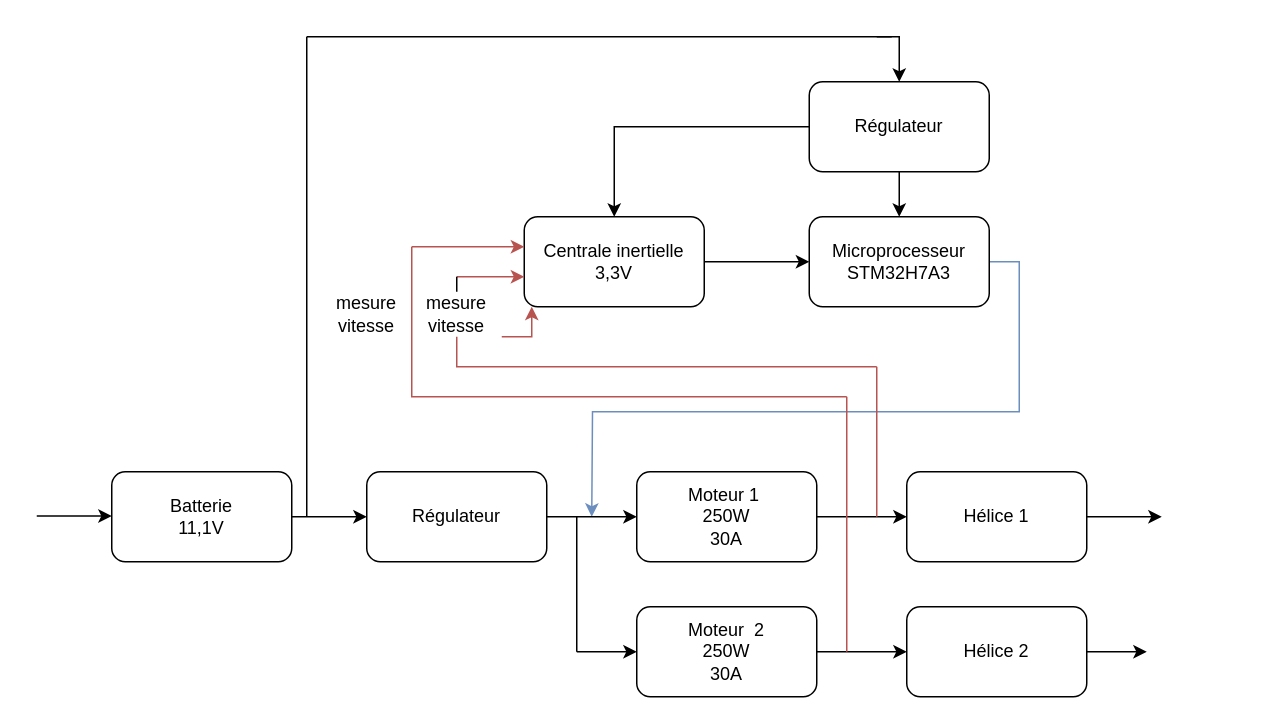
Above: Hardware/Diagramme_Energie.drawio in 0reoAurelien/projet-hovercraft (draw.io), before the change. Source tidied: cells renumbered, new cells numbered last; positions are measured from the earlier drawing's top-left corner, leaving out a move shared by most shapes. Both pictures are drawn from the tidied source at 150%, with x=0, y=0 at pixel (36, 36).
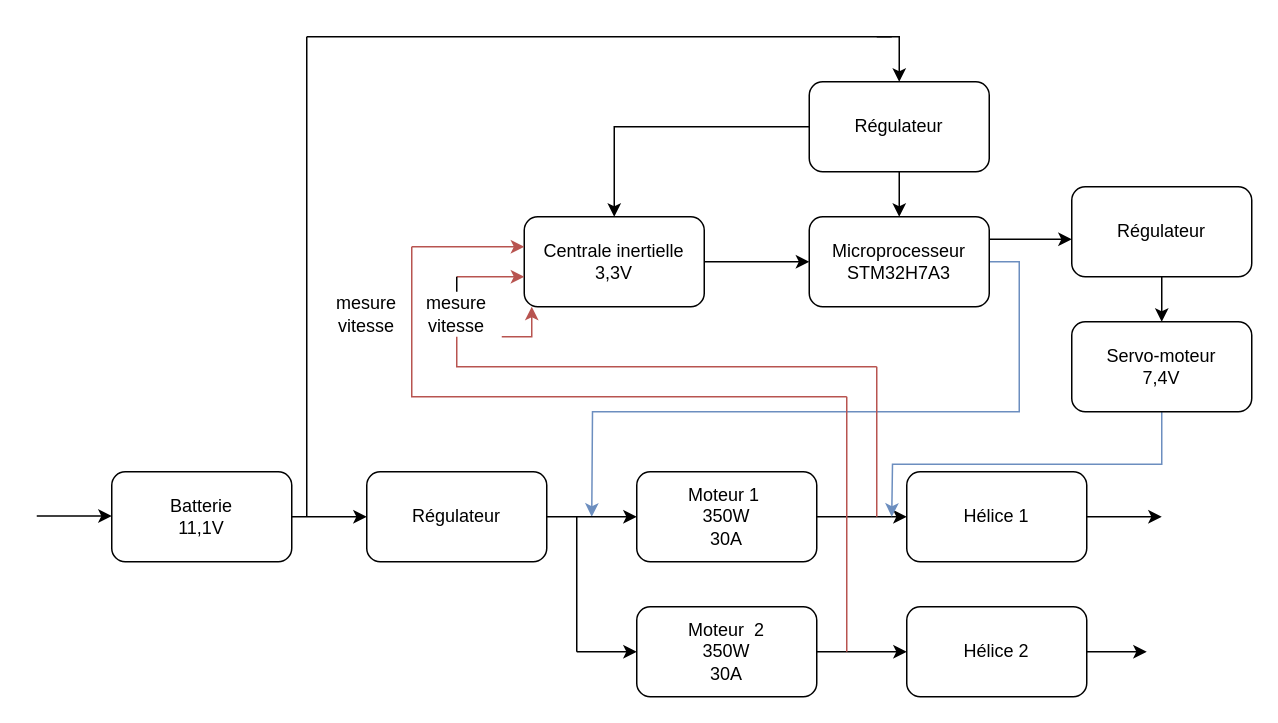
The same diagram, later.

Commit message:
Mettre à jour Diagramme_Energie.drawio

The change refers to these unchanged cells:
```xml
<mxCell id="7" value="Microprocesseur&lt;br&gt;STM32H7A3" style="rounded=1;whiteSpace=wrap;html=1;" parent="1" vertex="1">
  <mxGeometry x="515" y="120" width="120" height="60" as="geometry" />
</mxCell>
```

Change to the diagram source:
```diff
@@
-    <mxCell id="3" value="Moteur 1&amp;nbsp;&lt;br&gt;250W&lt;br&gt;30A" style="rounded=1;whiteSpace=wrap;html=1;" parent="1" vertex="1">
+    <mxCell id="3" value="Moteur 1&amp;nbsp;&lt;br&gt;350W&lt;br&gt;30A" style="rounded=1;whiteSpace=wrap;html=1;" parent="1" vertex="1">
       <mxGeometry x="400" y="290" width="120" height="60" as="geometry" />
     </mxCell>
@@
+    <mxCell id="37" style="edgeStyle=orthogonalEdgeStyle;rounded=0;jettySize=auto;html=1;exitX=1;exitY=0.25;exitDx=0;exitDy=0;" parent="1" edge="1" source="7">
+      <mxGeometry relative="1" as="geometry">
+        <mxPoint x="690" y="135" as="targetPoint" />
+      </mxGeometry>
+    </mxCell>
@@
-    <mxCell id="21" value="Moteur &amp;nbsp;2&lt;br&gt;250W&lt;br&gt;30A" style="rounded=1;whiteSpace=wrap;html=1;" parent="1" vertex="1">
+    <mxCell id="21" value="Moteur &amp;nbsp;2&lt;br&gt;350W&lt;br&gt;30A" style="rounded=1;whiteSpace=wrap;html=1;" parent="1" vertex="1">
       <mxGeometry x="400" y="380" width="120" height="60" as="geometry" />
     </mxCell>
@@
+    <mxCell id="38" style="edgeStyle=orthogonalEdgeStyle;rounded=0;jettySize=auto;html=1;exitX=0.5;exitY=1;exitDx=0;exitDy=0;fillColor=#dae8fc;strokeColor=#6c8ebf;" parent="1" edge="1" source="39">
+      <mxGeometry relative="1" as="geometry">
+        <mxPoint x="570" y="320" as="targetPoint" />
+      </mxGeometry>
+    </mxCell>
+    <mxCell id="39" value="Servo-moteur&lt;br&gt;7,4V" style="rounded=1;whiteSpace=wrap;html=1;" parent="1" vertex="1">
+      <mxGeometry x="690" y="190" width="120" height="60" as="geometry" />
+    </mxCell>
+    <mxCell id="40" style="edgeStyle=orthogonalEdgeStyle;rounded=0;jettySize=auto;html=1;exitX=0.5;exitY=1;exitDx=0;exitDy=0;" parent="1" edge="1" source="41" target="39">
+      <mxGeometry relative="1" as="geometry" />
+    </mxCell>
+    <mxCell id="41" value="Régulateur" style="rounded=1;whiteSpace=wrap;html=1;" parent="1" vertex="1">
+      <mxGeometry x="690" y="100" width="120" height="60" as="geometry" />
+    </mxCell>
```
